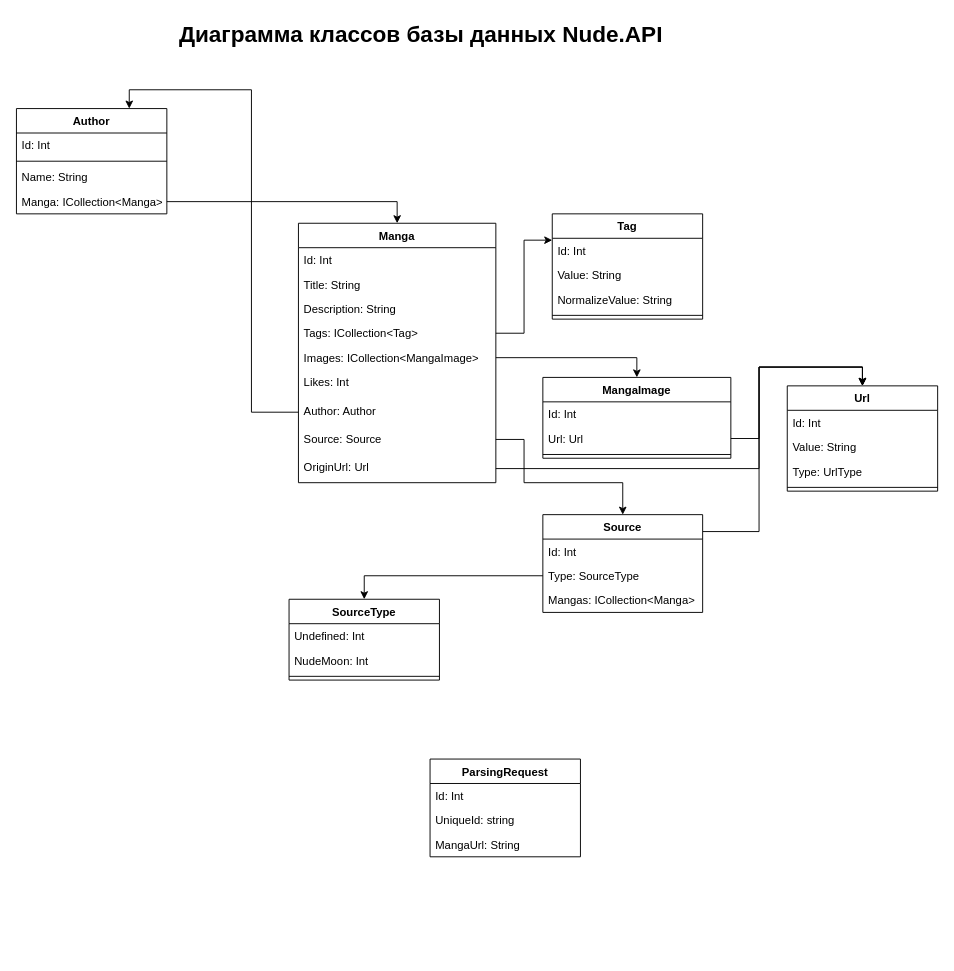
Before: etc/Nude.API.Database.drawio in Sparrow1488/Nude, a draw.io diagram. Source tidied: cells renumbered, new cells numbered last; positions are measured from the earlier drawing's top-left corner, leaving out a move shared by most shapes. Both pictures are drawn from the tidied source at 94%, with x=0, y=0 at pixel (16, 16).
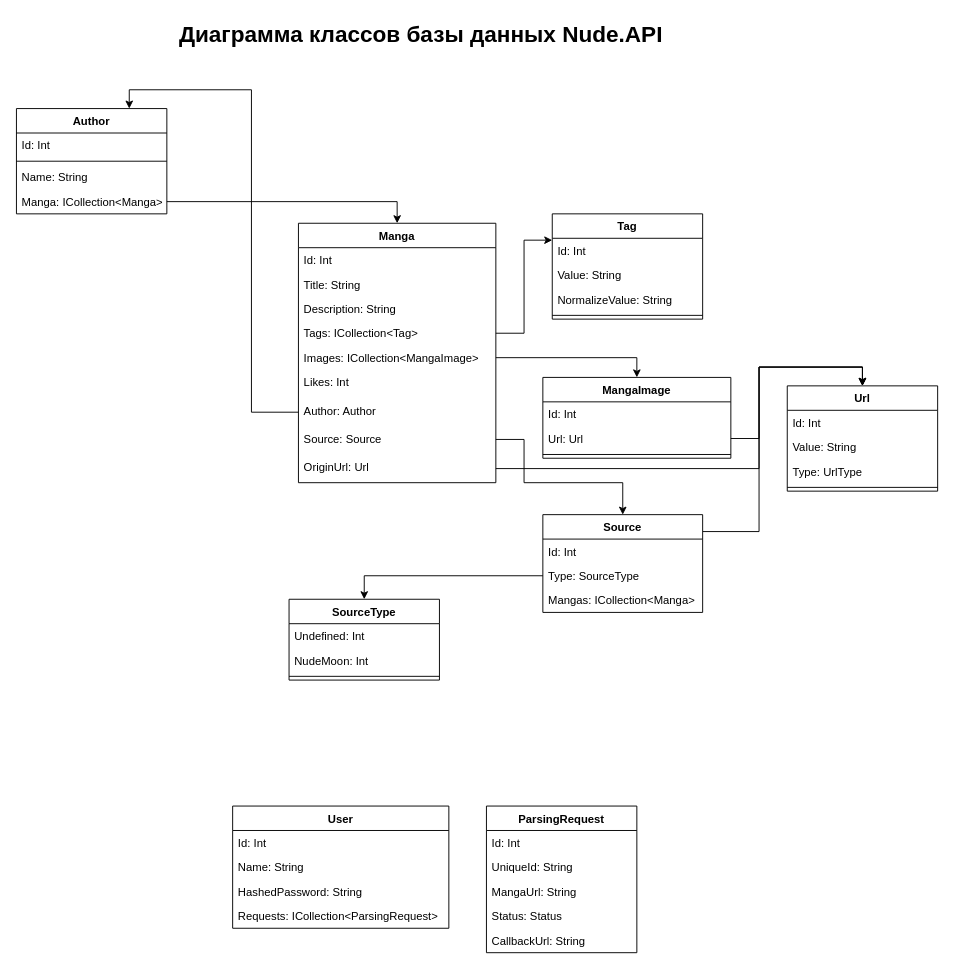
The same page after the edit.

Change to the diagram source:
```diff
@@
     <mxCell id="49" value="ParsingRequest" style="swimlane;fontStyle=1;align=center;verticalAlign=top;horizontal=1;startSize=26;" parent="1" vertex="1">
-      <mxGeometry x="440" y="790" width="160" height="104" as="geometry" />
+      <mxGeometry x="500" y="840" width="160" height="156" as="geometry" />
     </mxCell>
@@
-    <mxCell id="51" value="UniqueId: string" style="text;strokeColor=none;fillColor=none;align=left;verticalAlign=top;spacingLeft=4;spacingRight=4;overflow=hidden;" parent="49" vertex="1">
+    <mxCell id="51" value="UniqueId: String" style="text;strokeColor=none;fillColor=none;align=left;verticalAlign=top;spacingLeft=4;spacingRight=4;overflow=hidden;" parent="49" vertex="1">
       <mxGeometry y="52" width="160" height="26" as="geometry" />
     </mxCell>
@@
+    <mxCell id="53" value="Status: Status" style="text;strokeColor=none;fillColor=none;align=left;verticalAlign=top;spacingLeft=4;spacingRight=4;overflow=hidden;" parent="49" vertex="1">
+      <mxGeometry y="104" width="160" height="26" as="geometry" />
+    </mxCell>
+    <mxCell id="54" value="CallbackUrl: String" style="text;strokeColor=none;fillColor=none;align=left;verticalAlign=top;spacingLeft=4;spacingRight=4;overflow=hidden;" parent="49" vertex="1">
+      <mxGeometry y="130" width="160" height="26" as="geometry" />
+    </mxCell>
+    <mxCell id="55" value="User" style="swimlane;fontStyle=1;align=center;verticalAlign=top;horizontal=1;startSize=26;" parent="1" vertex="1">
+      <mxGeometry x="230" y="840" width="230" height="130" as="geometry" />
+    </mxCell>
+    <mxCell id="56" value="Id: Int" style="text;strokeColor=none;fillColor=none;align=left;verticalAlign=top;spacingLeft=4;spacingRight=4;overflow=hidden;" parent="55" vertex="1">
+      <mxGeometry y="26" width="230" height="26" as="geometry" />
+    </mxCell>
+    <mxCell id="57" value="Name: String" style="text;strokeColor=none;fillColor=none;align=left;verticalAlign=top;spacingLeft=4;spacingRight=4;overflow=hidden;" parent="55" vertex="1">
+      <mxGeometry y="52" width="230" height="26" as="geometry" />
+    </mxCell>
+    <mxCell id="58" value="HashedPassword: String" style="text;strokeColor=none;fillColor=none;align=left;verticalAlign=top;spacingLeft=4;spacingRight=4;overflow=hidden;" parent="55" vertex="1">
+      <mxGeometry y="78" width="230" height="26" as="geometry" />
+    </mxCell>
+    <mxCell id="59" value="Requests: ICollection&lt;ParsingRequest&gt;" style="text;strokeColor=none;fillColor=none;align=left;verticalAlign=top;spacingLeft=4;spacingRight=4;overflow=hidden;" parent="55" vertex="1">
+      <mxGeometry y="104" width="230" height="26" as="geometry" />
+    </mxCell>
```
